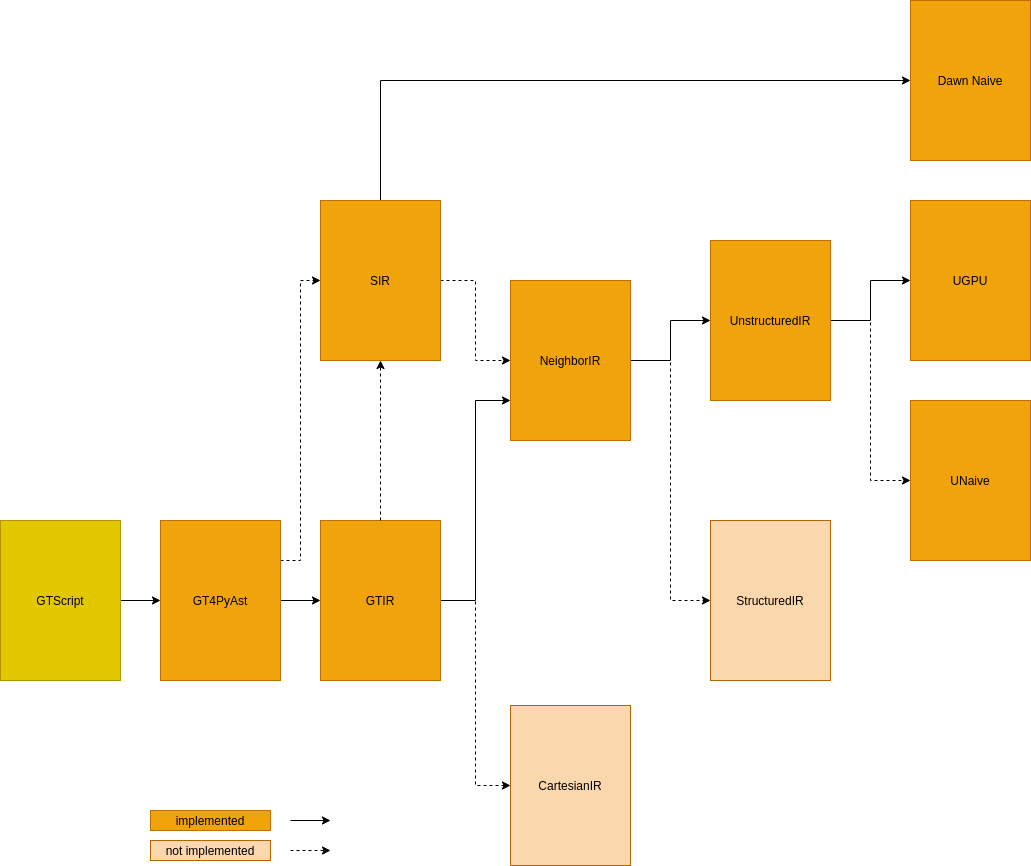
Before: src/gtc/gtc_irs.drawio.png, a diagram exported from draw.io (GridTools/gtc). Source tidied: cells renumbered, new cells last; positions are measured from the earlier drawing's top-left corner, leaving out a move shared by most shapes.
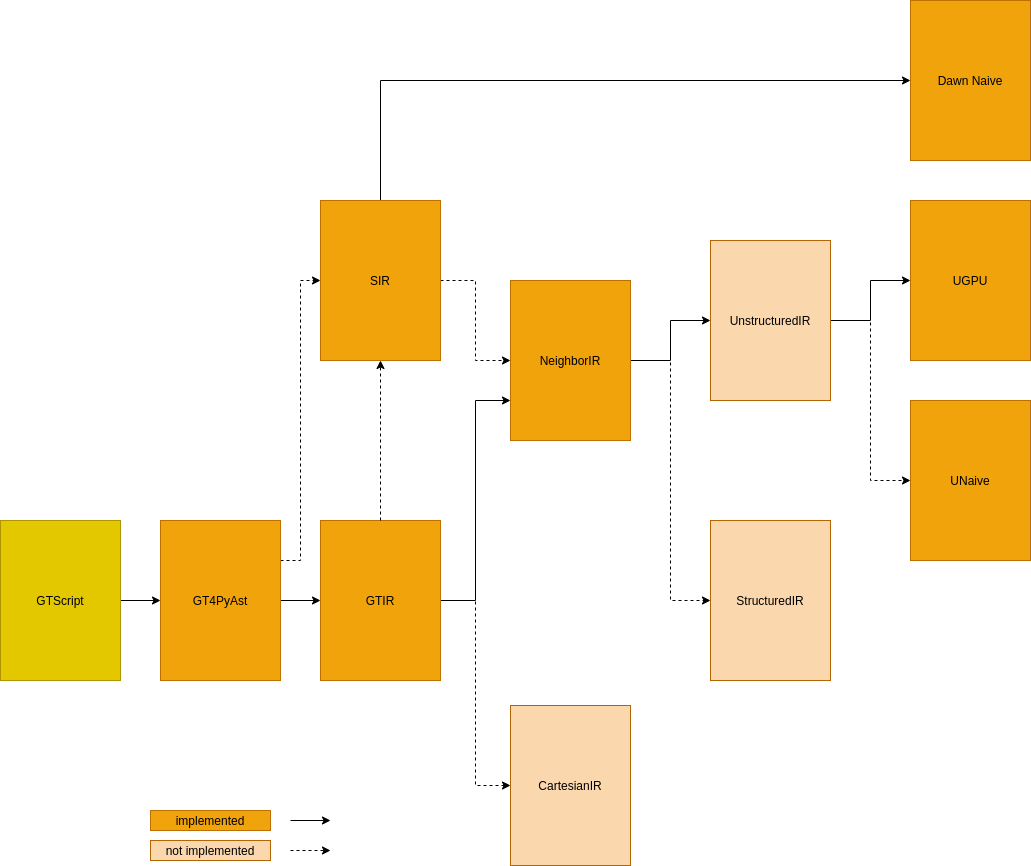
Above is the later version.

Commit message:
update non-implemented pieces

The edit, as a diff of the source:
```diff
@@ -26,7 +26,7 @@
     <mxCell id="9" style="edgeStyle=orthogonalEdgeStyle;rounded=0;jettySize=auto;html=1;exitX=1;exitY=0.5;exitDx=0;exitDy=0;entryX=0;entryY=0.5;entryDx=0;entryDy=0;fontColor=#000000;" parent="1" edge="1" source="10" target="12">
       <mxGeometry relative="1" as="geometry" />
     </mxCell>
-    <mxCell id="10" value="&lt;font color=&quot;#000000&quot;&gt;UnstructuredIR&lt;/font&gt;" style="rounded=0;whiteSpace=wrap;html=1;fontFamily=Helvetica;fontSize=12;fontColor=#ffffff;align=center;strokeColor=#BD7000;fillColor=#f0a30a;" parent="1" vertex="1">
+    <mxCell id="10" value="&lt;font color=&quot;#000000&quot;&gt;UnstructuredIR&lt;/font&gt;" style="rounded=0;whiteSpace=wrap;html=1;fontFamily=Helvetica;fontSize=12;align=center;strokeColor=#b46504;fillColor=#fad7ac;" parent="1" vertex="1">
       <mxGeometry x="710" y="240" width="120" height="160" as="geometry" />
     </mxCell>
     <mxCell id="11" value="&lt;font color=&quot;#000000&quot;&gt;StructuredIR&lt;/font&gt;" style="rounded=0;whiteSpace=wrap;html=1;fontFamily=Helvetica;fontSize=12;align=center;strokeColor=#b46504;fillColor=#fad7ac;" parent="1" vertex="1">
```
